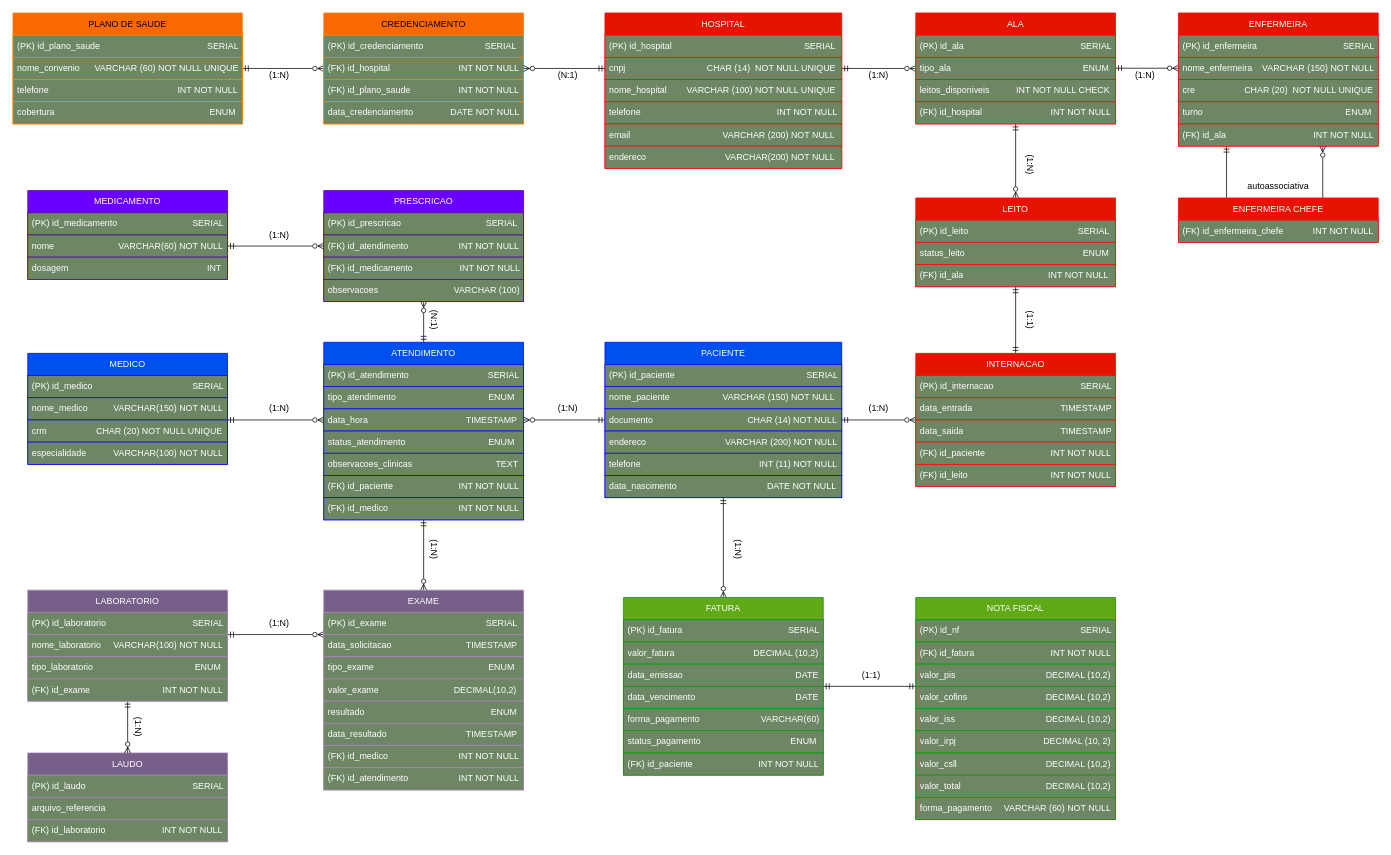
Earlier version of the draw.io diagram Diagrama_Sistema_Hospitalar/tabela_sistema_hospitalar.drawio (NaviCustomize/Sistema-Hospitalar). Source tidied: cells renumbered, new cells numbered last; positions are measured from the earlier drawing's top-left corner, leaving out a move shared by most shapes. Both pictures are drawn from the tidied source at 74%, with x=0, y=0 at pixel (13, 13).
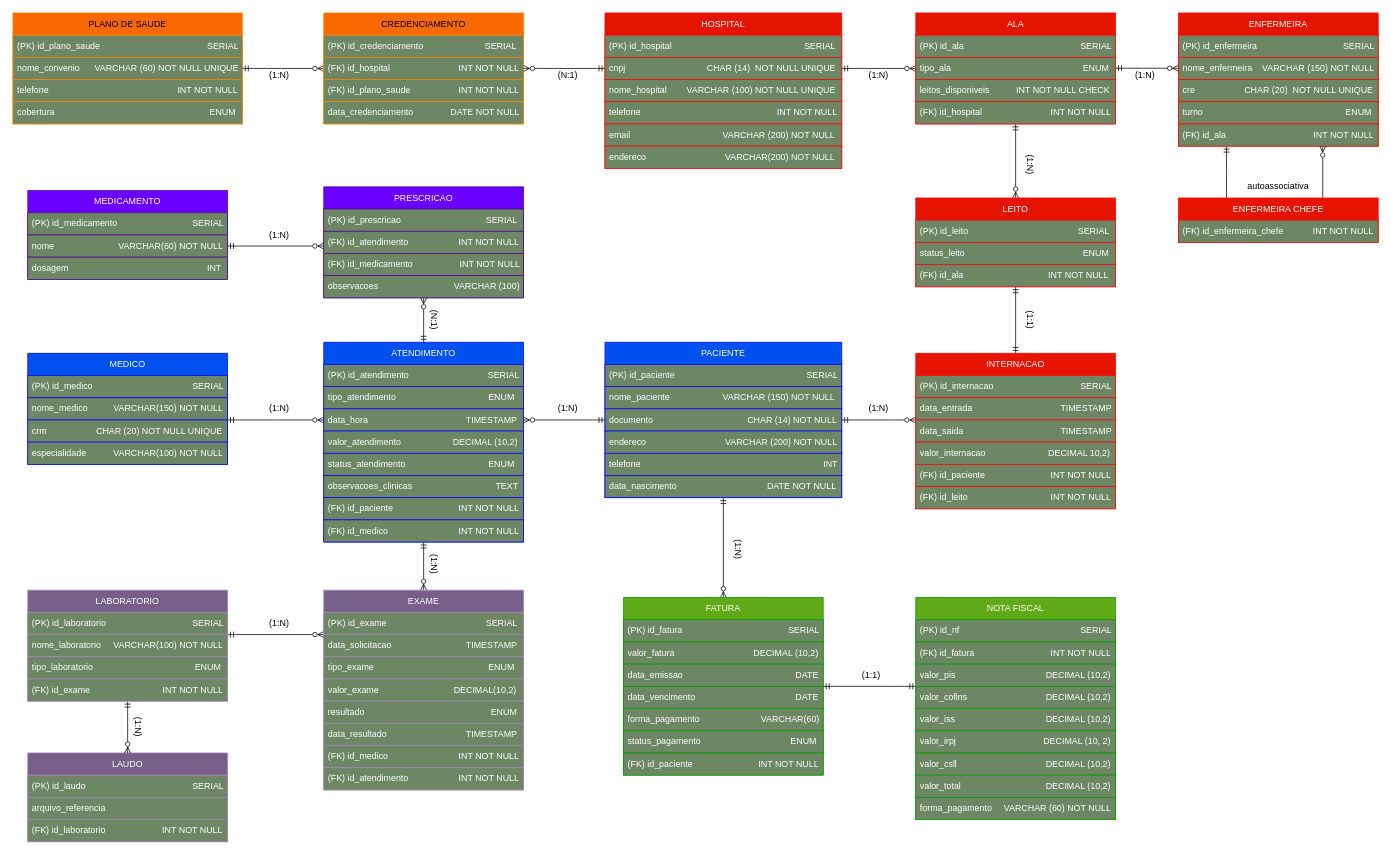
The same page after the edit.

Commit message:
Diagrama e Modelo do Sistema Hospitalar

Unchanged cells that the change refers to:
```xml
<mxCell id="12" value="PACIENTE" style="swimlane;fontStyle=0;horizontal=1;startSize=30;whiteSpace=wrap;html=1;fillColor=#0050ef;fontColor=#ffffff;strokeColor=#0000FF;" parent="1" vertex="1">
  <mxGeometry x="800" y="445" width="320" height="210" as="geometry" />
</mxCell>
```

What changed in the source:
```diff
@@
-    <mxCell id="17" value="telefone&amp;nbsp; &amp;nbsp; &amp;nbsp; &amp;nbsp; &amp;nbsp; &amp;nbsp; &amp;nbsp; &amp;nbsp; &amp;nbsp; &amp;nbsp; &amp;nbsp; &amp;nbsp; &amp;nbsp; &amp;nbsp; &amp;nbsp; &amp;nbsp; &amp;nbsp; &amp;nbsp; &amp;nbsp; &amp;nbsp; &amp;nbsp; &amp;nbsp; &amp;nbsp; &amp;nbsp; INT (11) NOT NULL" style="text;strokeColor=#0000FF;fillColor=#6d8764;align=left;verticalAlign=middle;spacingLeft=4;spacingRight=4;overflow=hidden;whiteSpace=wrap;html=1;fontColor=#ffffff;" parent="12" vertex="1">
+    <mxCell id="17" value="telefone&amp;nbsp; &amp;nbsp; &amp;nbsp; &amp;nbsp; &amp;nbsp; &amp;nbsp; &amp;nbsp; &amp;nbsp; &amp;nbsp; &amp;nbsp; &amp;nbsp; &amp;nbsp; &amp;nbsp; &amp;nbsp; &amp;nbsp; &amp;nbsp; &amp;nbsp; &amp;nbsp; &amp;nbsp; &amp;nbsp; &amp;nbsp; &amp;nbsp; &amp;nbsp; &amp;nbsp; &amp;nbsp; &amp;nbsp; &amp;nbsp; &amp;nbsp; &amp;nbsp; &amp;nbsp; &amp;nbsp; &amp;nbsp; &amp;nbsp; &amp;nbsp; &amp;nbsp; &amp;nbsp; &amp;nbsp; INT" style="text;strokeColor=#0000FF;fillColor=#6d8764;align=left;verticalAlign=middle;spacingLeft=4;spacingRight=4;overflow=hidden;whiteSpace=wrap;html=1;fontColor=#ffffff;" parent="12" vertex="1">
       <mxGeometry y="150" width="320" height="30" as="geometry" />
     </mxCell>
@@
     <mxCell id="29" value="ATENDIMENTO" style="swimlane;fontStyle=0;horizontal=1;startSize=30;whiteSpace=wrap;html=1;fillColor=#0050ef;fontColor=#ffffff;strokeColor=#0000FF;" parent="1" vertex="1">
-      <mxGeometry x="420" y="445" width="270" height="240" as="geometry" />
+      <mxGeometry x="420" y="445" width="270" height="270" as="geometry" />
     </mxCell>
@@
+    <mxCell id="142" value="valor_atendimento&amp;nbsp; &amp;nbsp; &amp;nbsp; &amp;nbsp; &amp;nbsp; &amp;nbsp; &amp;nbsp; &amp;nbsp; &amp;nbsp; &amp;nbsp; &amp;nbsp;DECIMAL (10,2)" style="text;strokeColor=#0000FF;fillColor=#6d8764;align=left;verticalAlign=middle;spacingLeft=4;spacingRight=4;overflow=hidden;whiteSpace=wrap;html=1;fontColor=#ffffff;" parent="29" vertex="1">
+      <mxGeometry y="120" width="270" height="30" as="geometry" />
+    </mxCell>
     <mxCell id="33" value="status_atendimento&lt;span style=&quot;white-space: pre;&quot;&gt;&#9;&lt;/span&gt;&lt;span style=&quot;white-space: pre;&quot;&gt;&#9;&lt;/span&gt;&lt;span style=&quot;white-space: pre;&quot;&gt;&#9;&lt;/span&gt;&lt;span style=&quot;white-space: pre;&quot;&gt;&#9;&lt;/span&gt;&lt;span style=&quot;white-space: pre;&quot;&gt;&#9;&lt;/span&gt;&amp;nbsp;ENUM&lt;span style=&quot;white-space: pre;&quot;&gt;&#9;&lt;/span&gt;&lt;span style=&quot;white-space: pre;&quot;&gt;&#9;&lt;/span&gt;&lt;span style=&quot;white-space: pre;&quot;&gt;&#9;&lt;/span&gt;&lt;span style=&quot;white-space: pre;&quot;&gt;&#9;&lt;/span&gt;" style="text;strokeColor=#0000FF;fillColor=#6d8764;align=left;verticalAlign=middle;spacingLeft=4;spacingRight=4;overflow=hidden;whiteSpace=wrap;html=1;fontColor=#ffffff;" parent="29" vertex="1">
-      <mxGeometry y="120" width="270" height="30" as="geometry" />
+      <mxGeometry y="150" width="270" height="30" as="geometry" />
     </mxCell>
     <mxCell id="34" value="observacoes_clinicas&lt;span style=&quot;white-space: pre;&quot;&gt;&#9;&lt;/span&gt;&lt;span style=&quot;white-space: pre;&quot;&gt;&#9;&lt;/span&gt;&lt;span style=&quot;white-space: pre;&quot;&gt;&#9;&lt;/span&gt;&lt;span style=&quot;white-space: pre;&quot;&gt;&#9;&lt;/span&gt;&amp;nbsp; &amp;nbsp; TEXT" style="text;strokeColor=#0000FF;fillColor=#6d8764;align=left;verticalAlign=middle;spacingLeft=4;spacingRight=4;overflow=hidden;whiteSpace=wrap;html=1;fontColor=#ffffff;" parent="29" vertex="1">
-      <mxGeometry y="150" width="270" height="30" as="geometry" />
+      <mxGeometry y="180" width="270" height="30" as="geometry" />
     </mxCell>
     <mxCell id="35" value="(FK) id_paciente&lt;span style=&quot;white-space: pre;&quot;&gt;&#9;&lt;/span&gt;&lt;span style=&quot;white-space: pre;&quot;&gt;&#9;&lt;/span&gt;&lt;span style=&quot;white-space: pre;&quot;&gt;&#9;&lt;/span&gt;&amp;nbsp; &amp;nbsp; &amp;nbsp;INT NOT NULL" style="text;strokeColor=#0000FF;fillColor=#6d8764;align=left;verticalAlign=middle;spacingLeft=4;spacingRight=4;overflow=hidden;whiteSpace=wrap;html=1;fontColor=#ffffff;" parent="29" vertex="1">
-      <mxGeometry y="180" width="270" height="30" as="geometry" />
+      <mxGeometry y="210" width="270" height="30" as="geometry" />
     </mxCell>
     <mxCell id="36" value="(FK) id_medico&lt;span style=&quot;white-space: pre;&quot;&gt;&#9;&lt;/span&gt;&lt;span style=&quot;white-space: pre;&quot;&gt;&#9;&lt;/span&gt;&lt;span style=&quot;white-space: pre;&quot;&gt;&#9;&lt;/span&gt;&amp;nbsp; &amp;nbsp; &amp;nbsp;INT NOT NULL" style="text;strokeColor=#0000FF;fillColor=#6d8764;align=left;verticalAlign=middle;spacingLeft=4;spacingRight=4;overflow=hidden;whiteSpace=wrap;html=1;fontColor=#ffffff;" parent="29" vertex="1">
-      <mxGeometry y="210" width="270" height="30" as="geometry" />
+      <mxGeometry y="240" width="270" height="30" as="geometry" />
     </mxCell>
@@
     <mxCell id="47" style="edgeStyle=orthogonalEdgeStyle;rounded=0;jettySize=auto;html=1;endArrow=ERmandOne;endFill=0;startArrow=ERzeroToMany;startFill=0;" parent="1" edge="1" source="48" target="12">
-      <mxGeometry relative="1" as="geometry" />
+      <mxGeometry relative="1" as="geometry">
+        <Array as="points">
+          <mxPoint x="1190" y="550" />
+          <mxPoint x="1190" y="550" />
+        </Array>
+      </mxGeometry>
     </mxCell>
     <mxCell id="48" value="INTERNACAO" style="swimlane;fontStyle=0;horizontal=1;startSize=30;whiteSpace=wrap;html=1;fillColor=#e51400;fontColor=#ffffff;strokeColor=#FF0000;" parent="1" vertex="1">
-      <mxGeometry x="1220" y="460" width="270" height="180" as="geometry" />
+      <mxGeometry x="1220" y="460" width="270" height="210" as="geometry" />
     </mxCell>
@@
+    <mxCell id="143" value="valor_internacao&lt;span style=&quot;white-space: pre;&quot;&gt;&#9;&lt;/span&gt;&lt;span style=&quot;white-space: pre;&quot;&gt;&#9;&lt;/span&gt;&lt;span style=&quot;white-space: pre;&quot;&gt;&#9;&lt;/span&gt;&amp;nbsp; &amp;nbsp; DECIMAL 10,2)" style="text;strokeColor=#FF0000;fillColor=#6d8764;align=left;verticalAlign=middle;spacingLeft=4;spacingRight=4;overflow=hidden;whiteSpace=wrap;html=1;fontColor=#ffffff;" parent="48" vertex="1">
+      <mxGeometry y="120" width="270" height="30" as="geometry" />
+    </mxCell>
     <mxCell id="52" value="(FK) id_paciente&lt;span style=&quot;white-space: pre;&quot;&gt;&#9;&lt;/span&gt;&lt;span style=&quot;white-space: pre;&quot;&gt;&#9;&lt;/span&gt;&lt;span style=&quot;white-space: pre;&quot;&gt;&#9;&lt;/span&gt;&amp;nbsp; &amp;nbsp; &amp;nbsp;INT NOT NULL" style="text;strokeColor=#FF0000;fillColor=#6d8764;align=left;verticalAlign=middle;spacingLeft=4;spacingRight=4;overflow=hidden;whiteSpace=wrap;html=1;fontColor=#ffffff;" parent="48" vertex="1">
-      <mxGeometry y="120" width="270" height="30" as="geometry" />
+      <mxGeometry y="150" width="270" height="30" as="geometry" />
     </mxCell>
     <mxCell id="53" value="(FK) id_leito&lt;span style=&quot;white-space: pre;&quot;&gt;&#9;&lt;/span&gt;&lt;span style=&quot;white-space: pre;&quot;&gt;&#9;&lt;/span&gt;&lt;span style=&quot;white-space: pre;&quot;&gt;&#9;&lt;/span&gt;&lt;span style=&quot;white-space: pre;&quot;&gt;&#9;&lt;/span&gt;&amp;nbsp; &amp;nbsp; &amp;nbsp;INT NOT NULL" style="text;strokeColor=#FF0000;fillColor=#6d8764;align=left;verticalAlign=middle;spacingLeft=4;spacingRight=4;overflow=hidden;whiteSpace=wrap;html=1;fontColor=#ffffff;" parent="48" vertex="1">
-      <mxGeometry y="150" width="270" height="30" as="geometry" />
+      <mxGeometry y="180" width="270" height="30" as="geometry" />
     </mxCell>
@@
     <mxCell id="119" value="PRESCRICAO" style="swimlane;fontStyle=0;horizontal=1;startSize=30;whiteSpace=wrap;html=1;fillColor=#6a00ff;fontColor=#ffffff;strokeColor=#4C0099;" parent="1" vertex="1">
-      <mxGeometry x="420" y="240" width="270" height="150" as="geometry" />
+      <mxGeometry x="420" y="235" width="270" height="150" as="geometry" />
     </mxCell>
@@
     <mxCell id="136" value="(1:N)" style="text;html=1;whiteSpace=wrap;strokeColor=none;fillColor=none;align=center;verticalAlign=middle;rounded=0;rotation=90;" parent="1" vertex="1">
-      <mxGeometry x="540" y="710" width="60" height="30" as="geometry" />
+      <mxGeometry x="540" y="730" width="60" height="30" as="geometry" />
     </mxCell>
```
